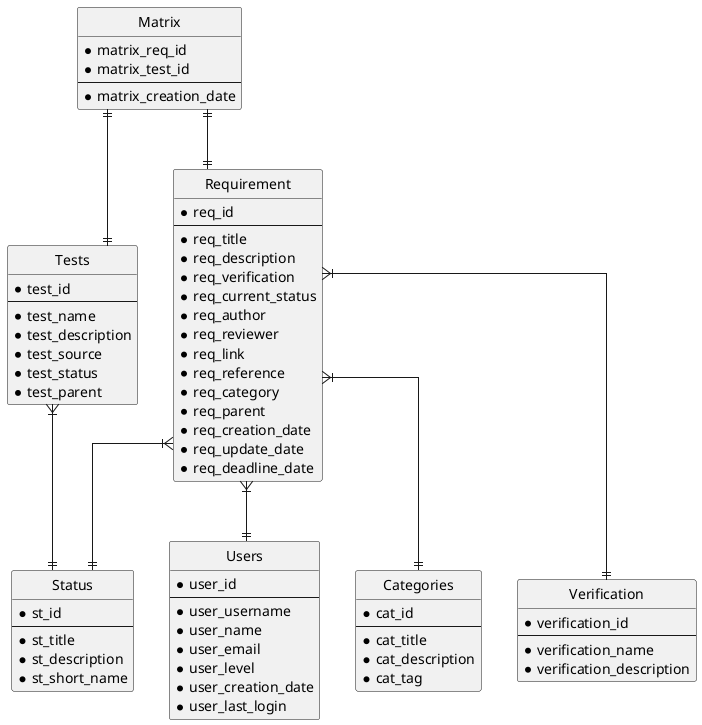
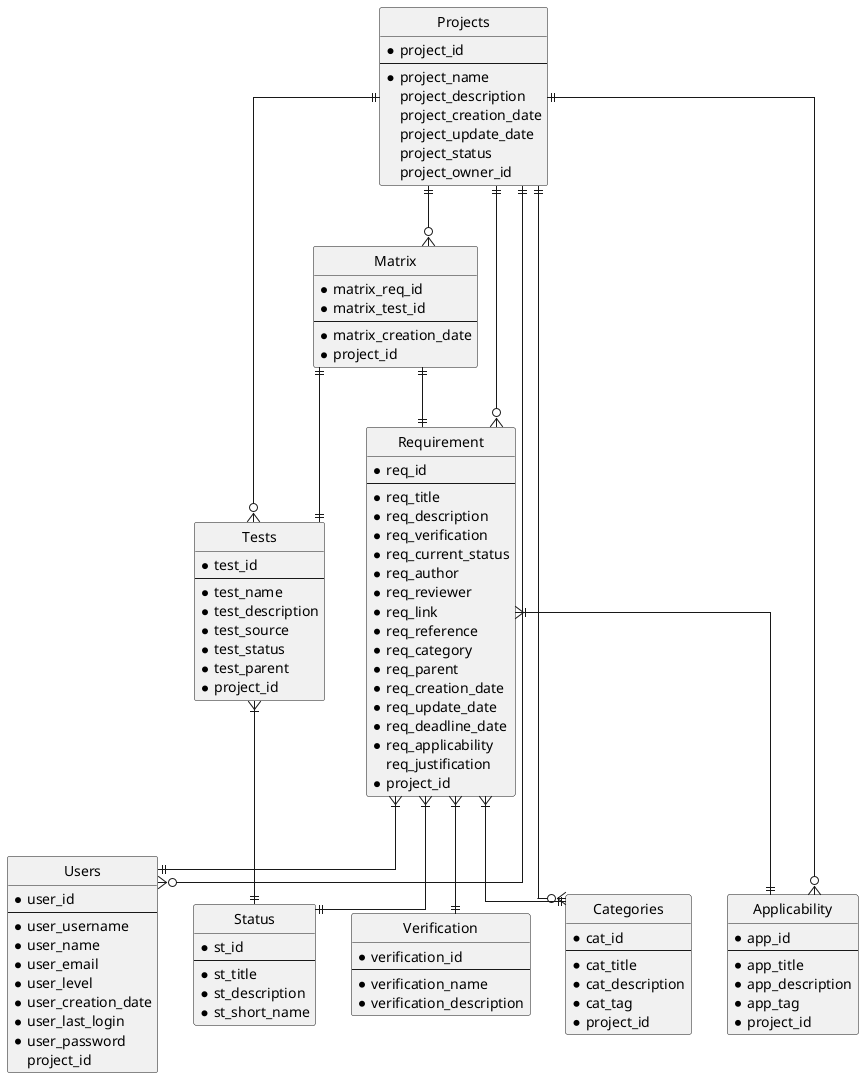
@startuml ER diagram

hide circle
skinparam linetype ortho
+ 
+ entity "Projects" as proj {
+ * project_id
+ ---
+ * project_name
+ project_description
+ project_creation_date
+ project_update_date
+ project_status
+ project_owner_id
+ }

entity "Requirement" as req {
* req_id
---
* req_title
* req_description
* req_verification
* req_current_status
* req_author
* req_reviewer
* req_link
* req_reference
* req_category
* req_parent
* req_creation_date
* req_update_date
* req_deadline_date
+ * req_applicability
+ req_justification
+ * project_id
}

entity "Users" as user {
* user_id
---
* user_username
* user_name
* user_email
* user_level
* user_creation_date
* user_last_login
+ * user_password
+ project_id
}

entity "Status" as st {
* st_id
---
* st_title
* st_description
* st_short_name
}

entity "Categories" as cat {
* cat_id
---
* cat_title
* cat_description
* cat_tag
+ * project_id
+ }
+ 
+ entity "Applicability" as app {
+ * app_id
+ ---
+ * app_title
+ * app_description
+ * app_tag
+ * project_id
}

entity "Tests" as test {
* test_id
---
* test_name
* test_description
* test_source
* test_status
* test_parent
+ * project_id
}

entity "Matrix" as matrix {
* matrix_req_id
* matrix_test_id
---
* matrix_creation_date
+ * project_id
}

entity "Verification" as verification {
* verification_id
---
* verification_name
* verification_description
}

+ proj ||--o{ req
+ proj ||--o{ user
+ proj ||--o{ cat
+ proj ||--o{ app
+ proj ||--o{ test
+ proj ||--o{ matrix
+ 
req  }|--|| st
req  }|--|| cat
req  }|--|| user
req  }|--|| verification
+ req  }|--|| app
test   }|--|| st
matrix ||--|| req
matrix ||--|| test

@enduml
